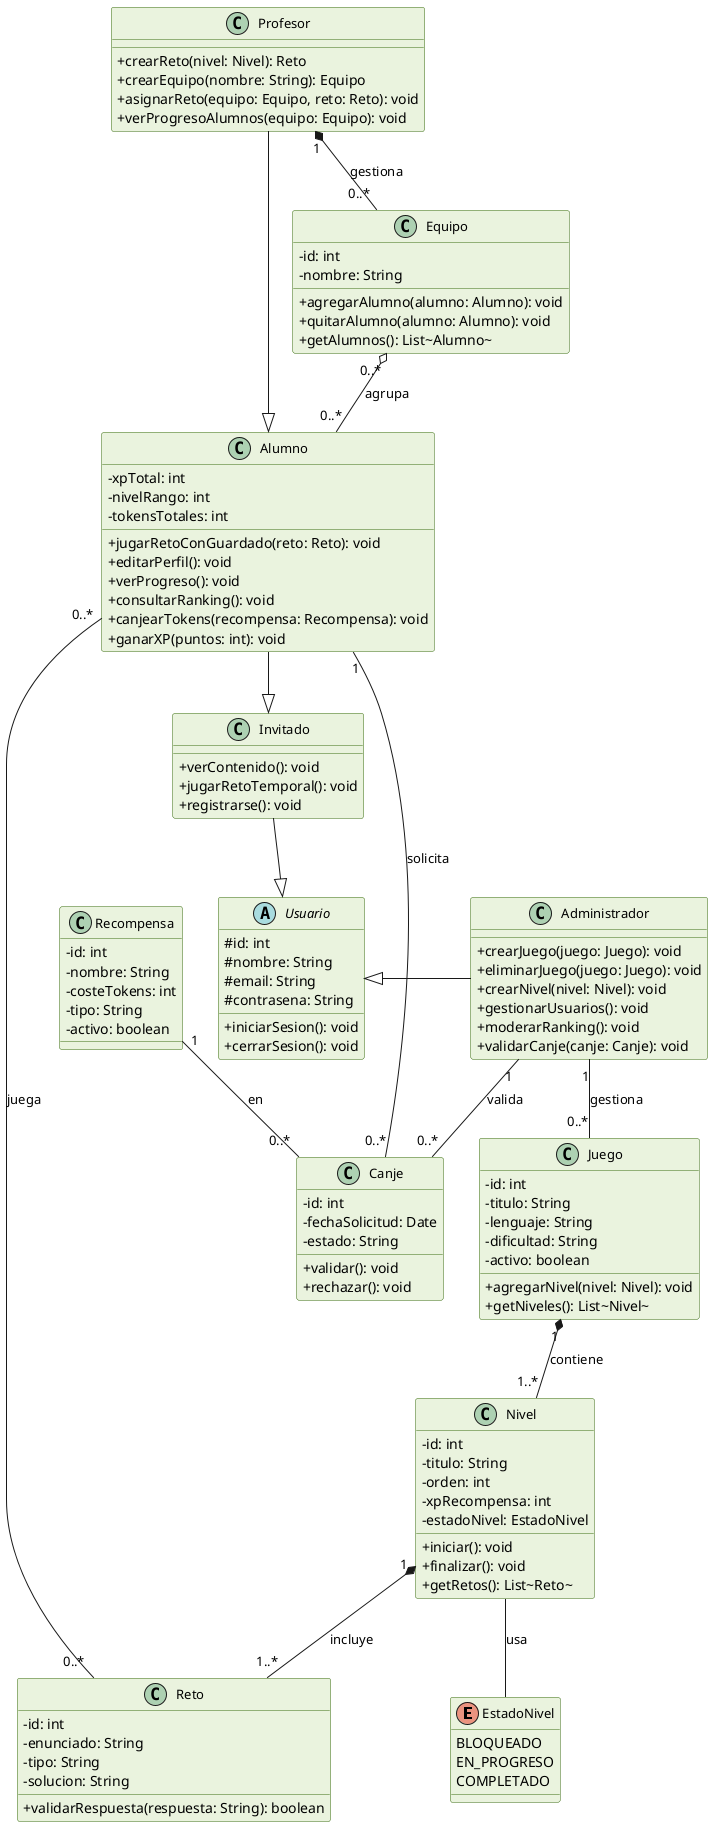
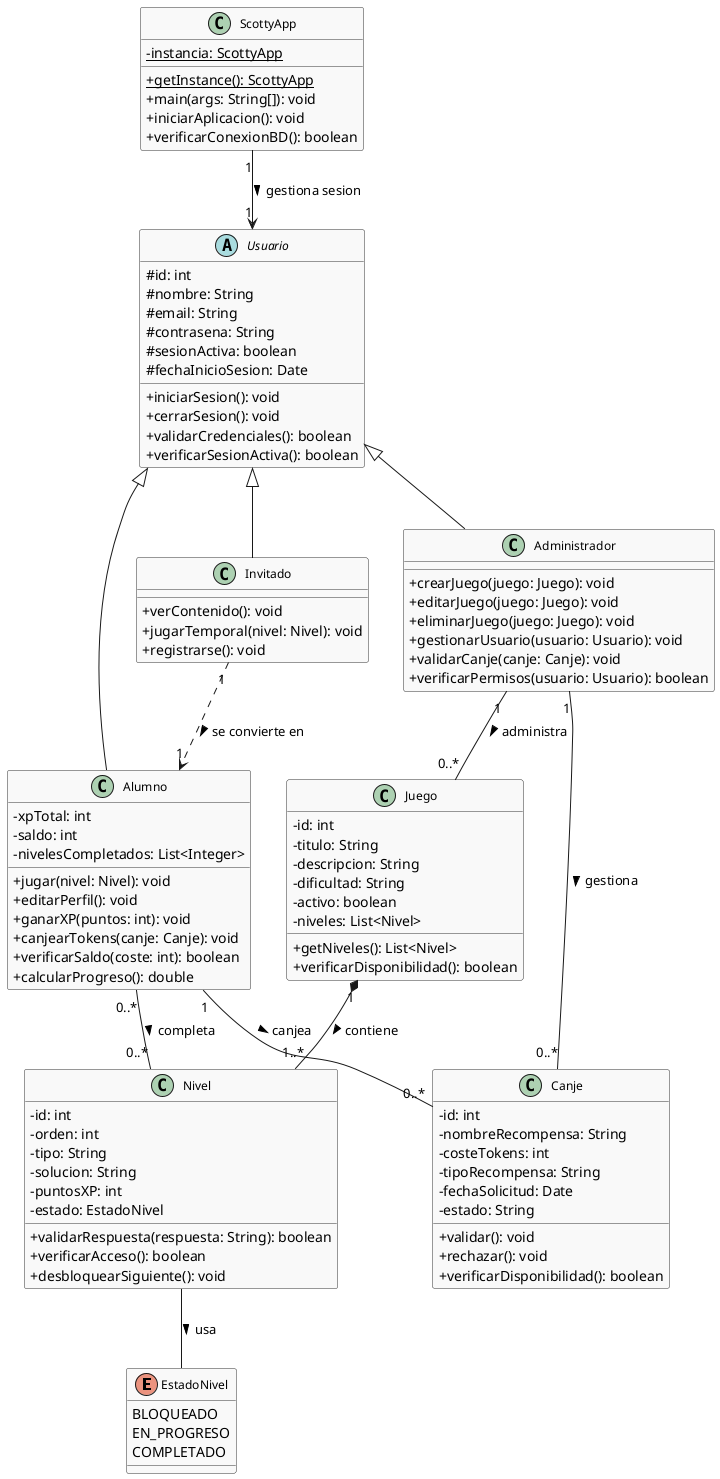
@startuml
skinparam classAttributeIconSize 0
- skinparam classFontSize 13
- skinparam classBackgroundColor #EAF3DE
- skinparam classBorderColor #3B6D11
+ skinparam classFontSize 12
+ skinparam classBackgroundColor #f9f9f9
+ skinparam classBorderColor #333333

enum EstadoNivel {
  BLOQUEADO
  EN_PROGRESO
  COMPLETADO
}

abstract class Usuario {
  # id: int
  # nombre: String
  # email: String
  # contrasena: String
+   # sesionActiva: boolean
+   # fechaInicioSesion: Date
  + iniciarSesion(): void
  + cerrarSesion(): void
+   + validarCredenciales(): boolean
+   + verificarSesionActiva(): boolean
}

class Invitado {
  + verContenido(): void
-   + jugarRetoTemporal(): void
+   + jugarTemporal(nivel: Nivel): void
  + registrarse(): void
}

class Alumno {
  - xpTotal: int
-   - nivelRango: int
-   - tokensTotales: int
-   + jugarRetoConGuardado(reto: Reto): void
+   - saldo: int
+   - nivelesCompletados: List<Integer>
+   + jugar(nivel: Nivel): void
  + editarPerfil(): void
-   + verProgreso(): void
-   + consultarRanking(): void
-   + canjearTokens(recompensa: Recompensa): void
  + ganarXP(puntos: int): void
- }
- 
- class Profesor {
-   + crearReto(nivel: Nivel): Reto
-   + crearEquipo(nombre: String): Equipo
-   + asignarReto(equipo: Equipo, reto: Reto): void
-   + verProgresoAlumnos(equipo: Equipo): void
+   + canjearTokens(canje: Canje): void
+   + verificarSaldo(coste: int): boolean
+   + calcularProgreso(): double
}

class Administrador {
  + crearJuego(juego: Juego): void
+   + editarJuego(juego: Juego): void
  + eliminarJuego(juego: Juego): void
-   + crearNivel(nivel: Nivel): void
-   + gestionarUsuarios(): void
-   + moderarRanking(): void
+   + gestionarUsuario(usuario: Usuario): void
  + validarCanje(canje: Canje): void
+   + verificarPermisos(usuario: Usuario): boolean
}

class Juego {
  - id: int
  - titulo: String
-   - lenguaje: String
+   - descripcion: String
  - dificultad: String
  - activo: boolean
-   + agregarNivel(nivel: Nivel): void
-   + getNiveles(): List~Nivel~
+   - niveles: List<Nivel>
+   + getNiveles(): List<Nivel>
+   + verificarDisponibilidad(): boolean
}

class Nivel {
  - id: int
-   - titulo: String
  - orden: int
-   - xpRecompensa: int
-   - estadoNivel: EstadoNivel
-   + iniciar(): void
-   + finalizar(): void
-   + getRetos(): List~Reto~
- }
- 
- class Reto {
-   - id: int
-   - enunciado: String
  - tipo: String
  - solucion: String
+   - puntosXP: int
+   - estado: EstadoNivel
  + validarRespuesta(respuesta: String): boolean
- }
- 
- class Recompensa {
-   - id: int
-   - nombre: String
-   - costeTokens: int
-   - tipo: String
-   - activo: boolean
+   + verificarAcceso(): boolean
+   + desbloquearSiguiente(): void
}

class Canje {
  - id: int
+   - nombreRecompensa: String
+   - costeTokens: int
+   - tipoRecompensa: String
  - fechaSolicitud: Date
  - estado: String
  + validar(): void
  + rechazar(): void
+   + verificarDisponibilidad(): boolean
}

- class Equipo {
-   - id: int
-   - nombre: String
-   + agregarAlumno(alumno: Alumno): void
-   + quitarAlumno(alumno: Alumno): void
-   + getAlumnos(): List~Alumno~
+ class ScottyApp {
+   - {static} instancia: ScottyApp
+   + {static} getInstance(): ScottyApp
+   + main(args: String[]): void
+   + iniciarAplicacion(): void
+   + verificarConexionBD(): boolean
}

- ' ── HERENCIA ──
+ Usuario <|-- Invitado
+ Usuario <|-- Alumno
+ Usuario <|-- Administrador

- Alumno -down-|> Invitado
- Invitado -down-|> Usuario
- Profesor -down-|> Alumno
- Administrador -left-|> Usuario
+ Invitado "1" ..> "1" Alumno : se convierte en >

- ' ── RELACIONES ──
- Juego "1" *-- "1..*" Nivel : contiene
- Nivel "1" *-- "1..*" Reto : incluye
- Nivel -- EstadoNivel : usa
- Alumno "0..*" -right- "0..*" Reto : juega
- Alumno "1" -- "0..*" Canje : solicita
- Recompensa "1" -- "0..*" Canje : en
- Administrador "1" -- "0..*" Canje : valida
- Administrador "1" -- "0..*" Juego : gestiona
- Profesor "1" *-- "0..*" Equipo : gestiona
- Equipo "0..*" o-- "0..*" Alumno : agrupa
+ ScottyApp "1" --> "1" Usuario : gestiona sesion >

- @enduml+ Alumno "1" -- "0..*" Canje : canjea >
+ Alumno "0..*" -- "0..*" Nivel : completa >
+ 
+ Administrador "1" -- "0..*" Canje : gestiona >
+ Administrador "1" -- "0..*" Juego : administra >
+ 
+ Juego "1" *-- "1..*" Nivel : contiene >
+ Nivel -- EstadoNivel : usa >
+ 
+ @enduml
